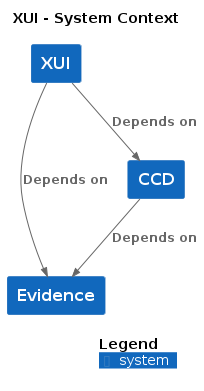
Above: docs/c4/xui/images/structurizr-xui-context.png in hmcts/cnp-api-docs (PlantUML), before the change.
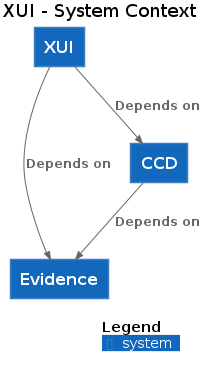
Later version of the same file.

The edit, as a diff of the source:
```diff
@@ -3,16 +3,16 @@
 
 top to bottom direction
 
-!include https://raw.githubusercontent.com/plantuml-stdlib/C4-PlantUML/master/C4.puml
-!include https://raw.githubusercontent.com/plantuml-stdlib/C4-PlantUML/master/C4_Context.puml
+!includeurl https://raw.githubusercontent.com/plantuml-stdlib/C4-PlantUML/master/C4.puml
+!includeurl https://raw.githubusercontent.com/plantuml-stdlib/C4-PlantUML/master/C4_Context.puml
 
-System(CCD, "CCD", "", $tags="")
-System(Evidence, "Evidence", "", $tags="")
-System(XUI, "XUI", "", $tags="")
+System(CCD, "CCD", "")
+System(Evidence, "Evidence", "")
+System(XUI, "XUI", "")
 
-Rel_D(CCD, Evidence, "Depends on", $tags="")
-Rel_D(XUI, Evidence, "Depends on", $tags="")
-Rel_D(XUI, CCD, "Depends on", $tags="")
+Rel_D(CCD, Evidence, "Depends on")
+Rel_D(XUI, Evidence, "Depends on")
+Rel_D(XUI, CCD, "Depends on")
 
 SHOW_DYNAMIC_LEGEND()
 @enduml
```
